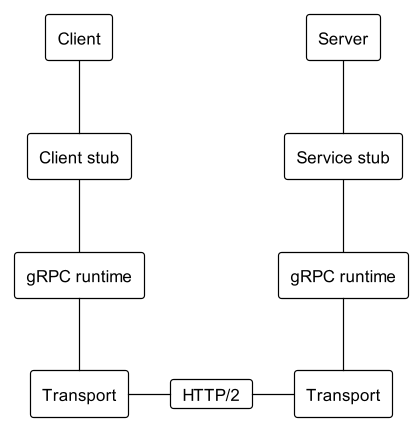
c0p4c4b4n4/grpc-grpc-java keeps this PlantUML diagram as images/gRPC.png. Above is the earlier version. The source it was exported from:
```plantuml
@startuml
!theme mono
scale 1.2
skinparam linetype ortho


rectangle "Client" as C1
rectangle "Client stub" as C2
rectangle "gRPC runtime" as C3
rectangle "Transport" as C4

rectangle "Server" as S1
rectangle "Service stub" as S2
rectangle "gRPC runtime" as S3
rectangle "Transport" as S4

card "HTTP/2" as H

C1 -down- C2
C2 -down- C3
C3 -down- C4

S1 -down- S2
S2 -down- S3
S3 -down- S4


C4 --right-- H
H --right-- S4

@enduml
```
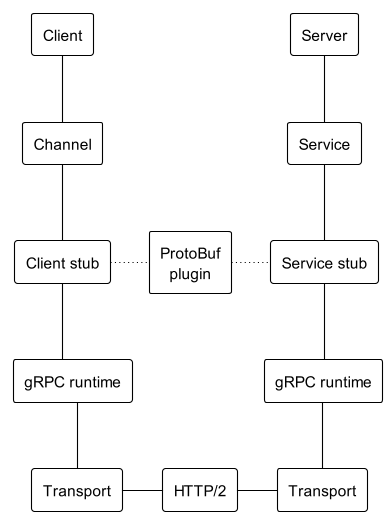
The same file after the commit.

Change to the diagram source:
```diff
@@ -1,29 +1,36 @@
 @startuml
 !theme mono
-scale 1.2
+scale 1.1
+skinparam defaultTextAlignment center
 skinparam linetype ortho
 
-
-rectangle "Client" as C1
+rectangle "Client" as C0
+rectangle "Channel" as C1
 rectangle "Client stub" as C2
 rectangle "gRPC runtime" as C3
 rectangle "Transport" as C4
 
-rectangle "Server" as S1
+rectangle "Server" as S0
+rectangle "Service" as S1
 rectangle "Service stub" as S2
 rectangle "gRPC runtime" as S3
 rectangle "Transport" as S4
 
-card "HTTP/2" as H
+rectangle "ProtoBuf\nplugin" as P
+rectangle "HTTP/2" as H
 
+C0 -down- C1
 C1 -down- C2
 C2 -down- C3
 C3 -down- C4
 
+S0 -down- S1
 S1 -down- S2
 S2 -down- S3
 S3 -down- S4
 
+C2 --[dotted]right-- P
+P --[dotted]right-- S2
 
 C4 --right-- H
 H --right-- S4
```
